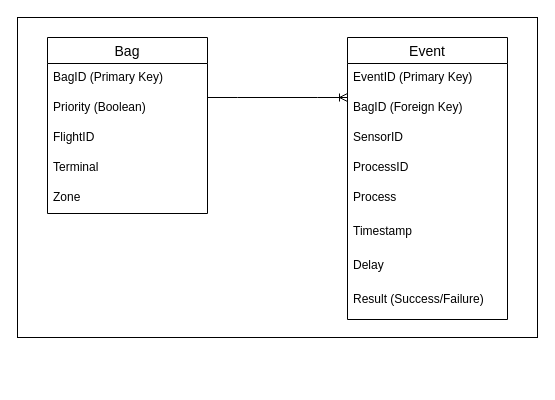
Before: Notes/ERD.drawio in jmatvdbergdotus/Project-3-Data-Comes-Alive, a draw.io diagram. Source tidied: cells renumbered, new cells numbered last; positions are measured from the earlier drawing's top-left corner, leaving out a move shared by most shapes. Both pictures are drawn from the tidied source at 100%, with x=0, y=0 at pixel (17, 17).
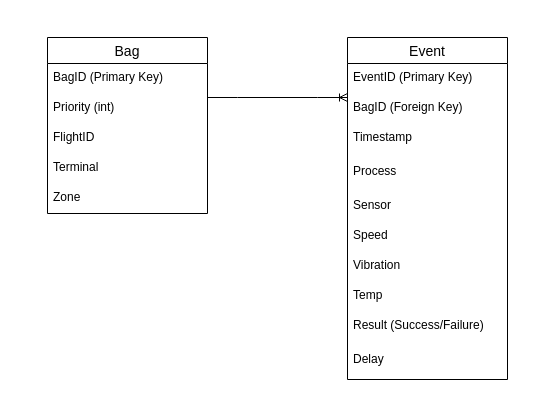
After the change.

The change refers to these unchanged cells:
```xml
<mxCell id="2" value="Bag" style="swimlane;fontStyle=0;horizontal=1;startSize=26;align=center;fontSize=14;" parent="1" vertex="1">
  <mxGeometry x="30" y="20" width="160" height="176" as="geometry" />
</mxCell>
```

Diff of the diagram source:
```diff
@@
-    <mxCell id="4" value="Priority (Boolean)" style="text;strokeColor=none;fillColor=none;spacingLeft=4;spacingRight=4;overflow=hidden;fontSize=12;whiteSpace=wrap;html=1;" parent="2" vertex="1">
+    <mxCell id="4" value="Priority (int)" style="text;strokeColor=none;fillColor=none;spacingLeft=4;spacingRight=4;overflow=hidden;fontSize=12;whiteSpace=wrap;html=1;" parent="2" vertex="1">
       <mxGeometry y="56" width="160" height="30" as="geometry" />
     </mxCell>
@@
     <mxCell id="8" value="Event" style="swimlane;fontStyle=0;horizontal=1;startSize=26;align=center;fontSize=14;" parent="1" vertex="1">
-      <mxGeometry x="330" y="20" width="160" height="282" as="geometry" />
+      <mxGeometry x="330" y="20" width="160" height="342" as="geometry" />
     </mxCell>
@@
+    <mxCell id="14" value="Timestamp" style="text;strokeColor=none;fillColor=none;spacingLeft=4;spacingRight=4;overflow=hidden;fontSize=12;whiteSpace=wrap;html=1;" parent="8" vertex="1">
+      <mxGeometry y="86" width="160" height="34" as="geometry" />
+    </mxCell>
+    <mxCell id="13" value="Process" style="text;strokeColor=none;fillColor=none;spacingLeft=4;spacingRight=4;overflow=hidden;fontSize=12;whiteSpace=wrap;html=1;" parent="8" vertex="1">
+      <mxGeometry y="120" width="160" height="34" as="geometry" />
+    </mxCell>
-    <mxCell id="11" value="SensorID" style="text;strokeColor=none;fillColor=none;spacingLeft=4;spacingRight=4;overflow=hidden;fontSize=12;whiteSpace=wrap;html=1;" parent="8" vertex="1">
-      <mxGeometry y="86" width="160" height="30" as="geometry" />
+    <mxCell id="11" value="Sensor" style="text;strokeColor=none;fillColor=none;spacingLeft=4;spacingRight=4;overflow=hidden;fontSize=12;whiteSpace=wrap;html=1;" parent="8" vertex="1">
+      <mxGeometry y="154" width="160" height="30" as="geometry" />
     </mxCell>
-    <mxCell id="12" value="ProcessID" style="text;strokeColor=none;fillColor=none;spacingLeft=4;spacingRight=4;overflow=hidden;fontSize=12;whiteSpace=wrap;html=1;" parent="8" vertex="1">
-      <mxGeometry y="116" width="160" height="30" as="geometry" />
-    </mxCell>
-    <mxCell id="13" value="Process" style="text;strokeColor=none;fillColor=none;spacingLeft=4;spacingRight=4;overflow=hidden;fontSize=12;whiteSpace=wrap;html=1;" parent="8" vertex="1">
-      <mxGeometry y="146" width="160" height="34" as="geometry" />
-    </mxCell>
-    <mxCell id="14" value="Timestamp" style="text;strokeColor=none;fillColor=none;spacingLeft=4;spacingRight=4;overflow=hidden;fontSize=12;whiteSpace=wrap;html=1;" parent="8" vertex="1">
-      <mxGeometry y="180" width="160" height="34" as="geometry" />
-    </mxCell>
+    <mxCell id="19" value="Speed" style="text;strokeColor=none;fillColor=none;spacingLeft=4;spacingRight=4;overflow=hidden;fontSize=12;whiteSpace=wrap;html=1;" parent="8" vertex="1">
+      <mxGeometry y="184" width="160" height="30" as="geometry" />
+    </mxCell>
+    <mxCell id="20" value="Vibration" style="text;strokeColor=none;fillColor=none;spacingLeft=4;spacingRight=4;overflow=hidden;fontSize=12;whiteSpace=wrap;html=1;" parent="8" vertex="1">
+      <mxGeometry y="214" width="160" height="30" as="geometry" />
+    </mxCell>
+    <mxCell id="21" value="Temp" style="text;strokeColor=none;fillColor=none;spacingLeft=4;spacingRight=4;overflow=hidden;fontSize=12;whiteSpace=wrap;html=1;" parent="8" vertex="1">
+      <mxGeometry y="244" width="160" height="30" as="geometry" />
+    </mxCell>
+    <mxCell id="16" value="Result (Success/Failure)" style="text;strokeColor=none;fillColor=none;spacingLeft=4;spacingRight=4;overflow=hidden;fontSize=12;whiteSpace=wrap;html=1;" parent="8" vertex="1">
+      <mxGeometry y="274" width="160" height="34" as="geometry" />
+    </mxCell>
     <mxCell id="15" value="Delay" style="text;strokeColor=none;fillColor=none;spacingLeft=4;spacingRight=4;overflow=hidden;fontSize=12;whiteSpace=wrap;html=1;" parent="8" vertex="1">
-      <mxGeometry y="214" width="160" height="34" as="geometry" />
+      <mxGeometry y="308" width="160" height="34" as="geometry" />
     </mxCell>
-    <mxCell id="16" value="Result (Success/Failure)" style="text;strokeColor=none;fillColor=none;spacingLeft=4;spacingRight=4;overflow=hidden;fontSize=12;whiteSpace=wrap;html=1;" parent="8" vertex="1">
-      <mxGeometry y="248" width="160" height="34" as="geometry" />
-    </mxCell>
@@
-    <mxCell id="18" style="rounded=0;whiteSpace=wrap;html=1;fillColor=none;" parent="1" vertex="1">
-      <mxGeometry width="520" height="320" as="geometry" />
-    </mxCell>
```
